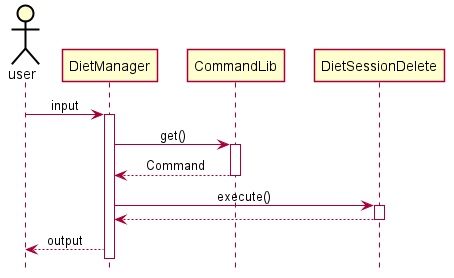
zsk612/tp keeps this PlantUML diagram as docs/pictures/Zeon/DietSessionDelete.png. Above is the earlier version. Its diagram source:
```plantuml
@startuml





skinparam Class {
    FontColor #FFFFFF
    BorderThickness 1
    BorderColor #FFFFFF
    StereotypeFontColor #FFFFFF
    FontName Arial
}

skinparam Actor {
    BorderColor #000000
    Color #000000
    FontName Arial
}

skinparam Sequence {
    MessageAlign center
    BoxFontSize 13
    BoxPadding 0
    BoxFontColor #FFFFFF
    FontName Arial
}

skinparam Participant {
    Padding 20
}

skinparam MinClassWidth 50
skinparam ParticipantPadding 10
skinparam Shadowing false
skinparam DefaultTextAlignment center
skinparam packageStyle Rectangle
skinparam BackgroundColor #FFFFFFF

hide footbox
hide members
hide circle

actor user
user -> DietManager : input
activate DietManager

DietManager -> CommandLib : get()
activate CommandLib
CommandLib --> DietManager : Command
deactivate CommandLib

DietManager -> DietSessionDelete : execute()
activate DietSessionDelete

DietSessionDelete --> DietManager
deactivate DietSessionDelete

DietManager --> user : output
@enduml
```
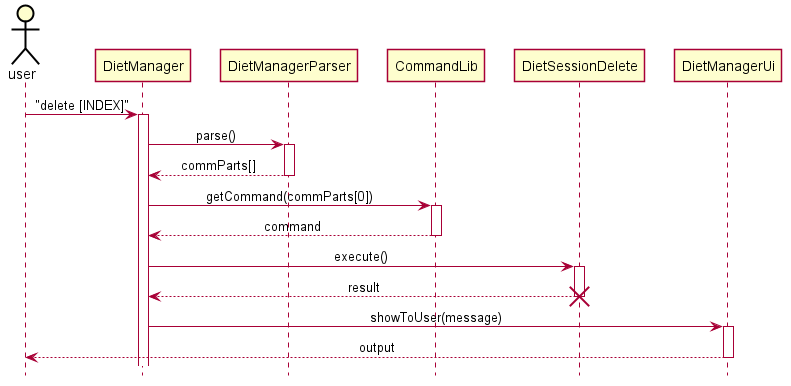
Later version of the same file.

Diff of the diagram source:
```diff
@@ -42,19 +42,26 @@
 hide circle
 
 actor user
-user -> DietManager : input
+user -> DietManager : "delete [INDEX]"
 activate DietManager
-
-DietManager -> CommandLib : get()
+DietManager -> DietManagerParser : parse()
+activate DietManagerParser
+DietManagerParser --> DietManager : commParts[]
+deactivate DietManagerParser
+DietManager -> CommandLib : getCommand(commParts[0])
 activate CommandLib
-CommandLib --> DietManager : Command
+CommandLib --> DietManager : command
 deactivate CommandLib
 
 DietManager -> DietSessionDelete : execute()
 activate DietSessionDelete
 
-DietSessionDelete --> DietManager
+DietSessionDelete --> DietManager : result
 deactivate DietSessionDelete
+destroy DietSessionDelete
 
-DietManager --> user : output
+DietManager -> DietManagerUi : showToUser(message)
+activate DietManagerUi
+DietManagerUi --> user : output
+deactivate DietManagerUi
 @enduml
```
